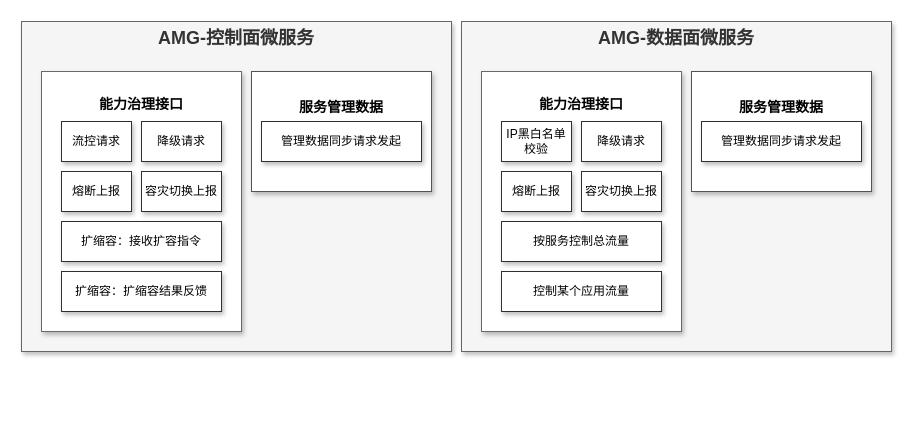
This is page "功能架构" (4 of 4) of Untitled Diagram.drawio from qymmdj/draw-io, a draw.io file, before an edit. Source tidied: cells renumbered, new cells numbered last; positions are measured from the earlier drawing's top-left corner, leaving out a move shared by most shapes. Both pictures are drawn from the tidied source at 100%, with x=0, y=0 at pixel (21, 21).
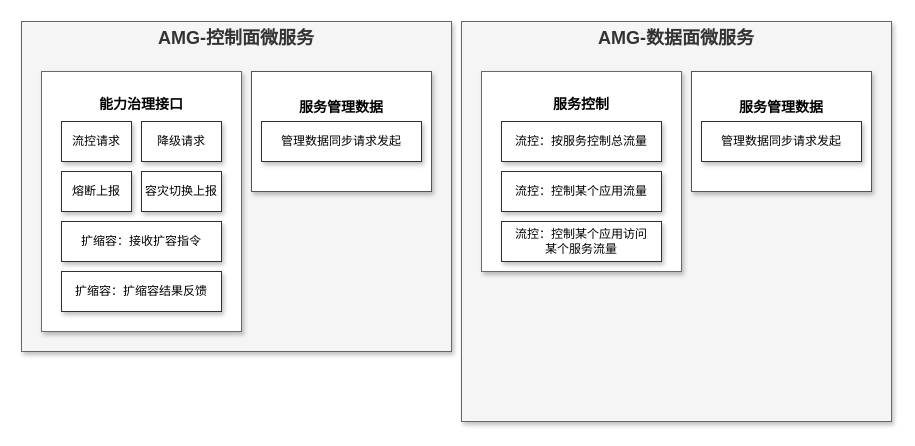
The same diagram, later.

Change to the diagram source:
```diff
@@
-    <mxCell id="13" style="group;" parent="1" vertex="1">
-      <mxGeometry x="440" width="430" height="330" as="geometry" />
+    <mxCell id="13" style="group;glass=0;" parent="1" vertex="1">
+      <mxGeometry x="440" width="430" height="400" as="geometry" />
     </mxCell>
     <mxCell id="14" value="&lt;font style=&quot;font-size: 18px&quot;&gt;&lt;b&gt;AMG-数据面微服务&lt;/b&gt;&lt;/font&gt;" style="rounded=0;whiteSpace=wrap;shadow=1;glass=0;labelBackgroundColor=none;sketch=0;strokeColor=#666666;verticalAlign=top;align=center;html=1;fillColor=#f5f5f5;fontColor=#333333;" parent="13" vertex="1">
-      <mxGeometry width="430" height="330" as="geometry" />
+      <mxGeometry width="430" height="400" as="geometry" />
     </mxCell>
-    <mxCell id="15" value="&lt;h2&gt;&lt;font style=&quot;font-size: 14px&quot;&gt;能力治理接口&lt;/font&gt;&lt;/h2&gt;" style="rounded=0;shadow=1;glass=0;sketch=0;horizontal=1;verticalAlign=top;whiteSpace=wrap;html=1;labelBackgroundColor=none;strokeColor=#696969;" parent="13" vertex="1">
-      <mxGeometry x="20" y="50" width="200" height="260" as="geometry" />
+    <mxCell id="15" value="&lt;h2&gt;&lt;span style=&quot;font-size: 14px&quot;&gt;服务控制&lt;/span&gt;&lt;/h2&gt;" style="rounded=0;shadow=1;glass=0;sketch=0;horizontal=1;verticalAlign=top;whiteSpace=wrap;html=1;labelBackgroundColor=none;strokeColor=#696969;" parent="13" vertex="1">
+      <mxGeometry x="20" y="50" width="200" height="200" as="geometry" />
     </mxCell>
-    <mxCell id="16" value="IP黑白名单校验" style="rounded=0;whiteSpace=wrap;html=1;shadow=1;glass=0;sketch=0;strokeColor=#303030;" parent="13" vertex="1">
-      <mxGeometry x="40" y="100" width="70" height="40" as="geometry" />
-    </mxCell>
-    <mxCell id="17" value="降级请求" style="rounded=0;whiteSpace=wrap;html=1;shadow=1;glass=0;sketch=0;strokeColor=#303030;" parent="13" vertex="1">
-      <mxGeometry x="120" y="100" width="80" height="40" as="geometry" />
-    </mxCell>
-    <mxCell id="18" value="熔断上报" style="rounded=0;whiteSpace=wrap;html=1;shadow=1;glass=0;sketch=0;strokeColor=#303030;" parent="13" vertex="1">
-      <mxGeometry x="40" y="150" width="70" height="40" as="geometry" />
-    </mxCell>
-    <mxCell id="19" value="容灾切换上报" style="rounded=0;whiteSpace=wrap;html=1;shadow=1;glass=0;sketch=0;strokeColor=#303030;" parent="13" vertex="1">
-      <mxGeometry x="120" y="150" width="80" height="40" as="geometry" />
-    </mxCell>
-    <mxCell id="20" value="按服务控制总流量" style="rounded=0;whiteSpace=wrap;html=1;shadow=1;glass=0;sketch=0;strokeColor=#303030;" parent="13" vertex="1">
-      <mxGeometry x="40" y="200" width="160" height="40" as="geometry" />
+    <mxCell id="20" value="流控：按服务控制总流量" style="rounded=0;whiteSpace=wrap;html=1;shadow=1;glass=0;sketch=0;strokeColor=#303030;" parent="13" vertex="1">
+      <mxGeometry x="40" y="100" width="160" height="40" as="geometry" />
     </mxCell>
-    <mxCell id="21" value="控制某个应用流量" style="rounded=0;whiteSpace=wrap;html=1;shadow=1;glass=0;sketch=0;strokeColor=#303030;" parent="13" vertex="1">
-      <mxGeometry x="40" y="250" width="160" height="40" as="geometry" />
+    <mxCell id="21" value="流控：控制某个应用流量" style="rounded=0;whiteSpace=wrap;html=1;shadow=1;glass=0;sketch=0;strokeColor=#303030;" parent="13" vertex="1">
+      <mxGeometry x="40" y="150" width="160" height="40" as="geometry" />
     </mxCell>
@@
+    <mxCell id="24" value="流控：控制某个应用访问&lt;br&gt;某个服务流量" style="rounded=0;whiteSpace=wrap;html=1;shadow=1;glass=0;sketch=0;strokeColor=#303030;" parent="13" vertex="1">
+      <mxGeometry x="40" y="200" width="160" height="40" as="geometry" />
+    </mxCell>
```
